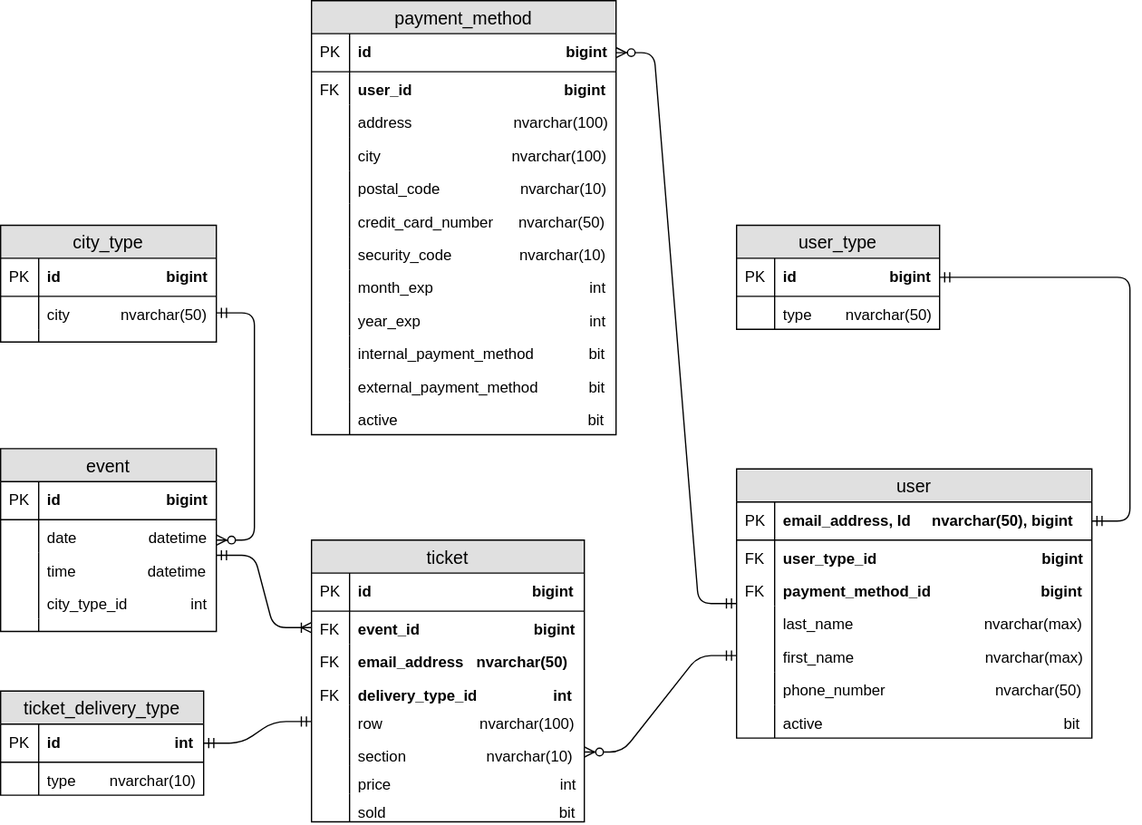
yazhang28/ticket_vendor_app keeps this draw.io diagram as diagrams/ticket_management_DB_model.svg. Above is the earlier version. Source tidied: cells renumbered, new cells last; positions are measured from the earlier drawing's top-left corner, leaving out a move shared by most shapes.
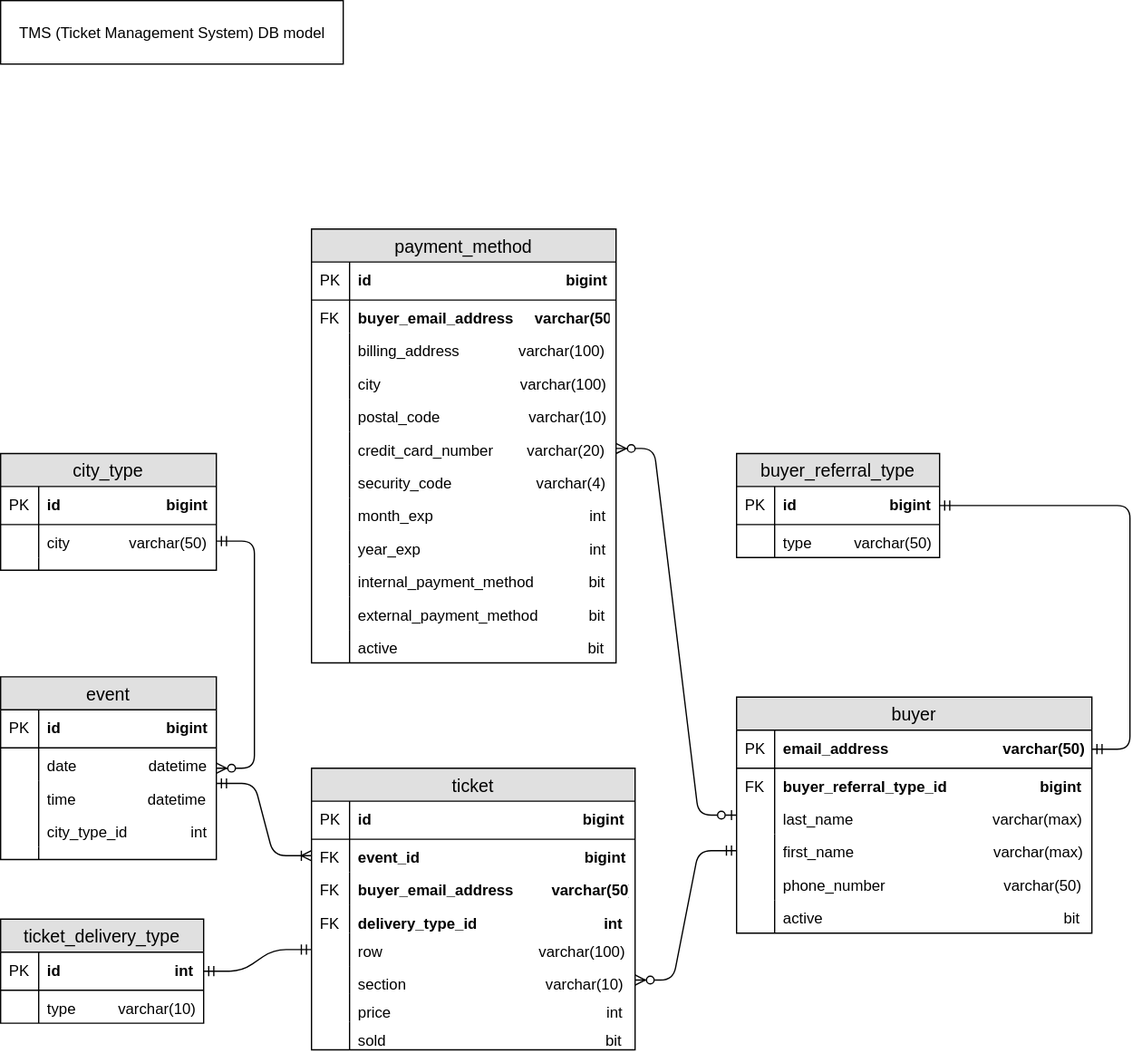
Above is the later version.

The edit, as a diff of the source:
```diff
@@ -4,6 +4,6 @@
     <mxCell id="1" parent="0" />
-    <mxCell id="2" value="user" style="swimlane;fontStyle=0;horizontal=1;startSize=26;fillColor=#e0e0e0;swimlaneFillColor=#ffffff;align=center;fontSize=14;" parent="1" vertex="1">
-      <mxGeometry x="580" y="369" width="280" height="212" as="geometry" />
+    <mxCell id="2" value="buyer" style="swimlane;fontStyle=0;horizontal=1;startSize=26;fillColor=#e0e0e0;swimlaneFillColor=#ffffff;align=center;fontSize=14;" parent="1" vertex="1">
+      <mxGeometry x="580" y="369" width="280" height="186" as="geometry" />
     </mxCell>
-    <mxCell id="3" value="email_address, Id     nvarchar(50), bigint" style="shape=partialRectangle;top=0;left=0;right=0;bottom=1;align=left;verticalAlign=middle;fillColor=none;spacingLeft=34;spacingRight=4;overflow=hidden;points=[[0,0.5],[1,0.5]];portConstraint=eastwest;fontStyle=1;fontSize=12;" parent="2" vertex="1">
+    <mxCell id="3" value="email_address                           varchar(50)" style="shape=partialRectangle;top=0;left=0;right=0;bottom=1;align=left;verticalAlign=middle;fillColor=none;spacingLeft=34;spacingRight=4;overflow=hidden;points=[[0,0.5],[1,0.5]];portConstraint=eastwest;fontStyle=1;fontSize=12;" parent="2" vertex="1">
       <mxGeometry y="26" width="280" height="30" as="geometry" />
@@ -13,22 +13,16 @@
     </mxCell>
-    <mxCell id="5" value="user_type_id                                       bigint" style="shape=partialRectangle;top=0;left=0;right=0;bottom=0;align=left;verticalAlign=top;fillColor=none;spacingLeft=34;spacingRight=4;overflow=hidden;fontSize=12;fontStyle=1;" parent="2" vertex="1">
-      <mxGeometry y="56" width="280" height="26" as="geometry" />
-    </mxCell>
-    <mxCell id="6" value="FK" style="shape=partialRectangle;top=0;left=0;bottom=0;fillColor=none;align=left;verticalAlign=top;spacingLeft=4;spacingRight=4;overflow=hidden;fontSize=12;" parent="5" vertex="1">
-      <mxGeometry width="30" height="26" as="geometry" />
-    </mxCell>
-    <mxCell id="7" value="payment_method_id                          bigint" style="shape=partialRectangle;top=0;left=0;right=0;bottom=0;align=left;verticalAlign=top;fillColor=none;spacingLeft=34;spacingRight=4;overflow=hidden;fontSize=12;fontStyle=1;" parent="2" vertex="1">
-      <mxGeometry y="82" width="280" height="26" as="geometry" />
-    </mxCell>
-    <mxCell id="8" value="FK" style="shape=partialRectangle;top=0;left=0;bottom=0;fillColor=none;align=left;verticalAlign=top;spacingLeft=4;spacingRight=4;overflow=hidden;fontSize=12;" parent="7" vertex="1">
-      <mxGeometry width="30" height="26" as="geometry" />
-    </mxCell>
-    <mxCell id="9" value="last_name                               nvarchar(max)" style="shape=partialRectangle;top=0;left=0;right=0;bottom=0;align=left;verticalAlign=top;fillColor=none;spacingLeft=34;spacingRight=4;overflow=hidden;fontSize=12;" parent="2" vertex="1">
-      <mxGeometry y="108" width="280" height="26" as="geometry" />
+    <mxCell id="9" value="buyer_referral_type_id                      bigint" style="shape=partialRectangle;top=0;left=0;right=0;bottom=0;align=left;verticalAlign=top;fillColor=none;spacingLeft=34;spacingRight=4;overflow=hidden;fontSize=12;fontStyle=1;" parent="2" vertex="1">
+      <mxGeometry y="56" width="280" height="26" as="geometry" />
     </mxCell>
-    <mxCell id="10" style="shape=partialRectangle;top=0;left=0;bottom=0;fillColor=none;align=left;verticalAlign=top;spacingLeft=4;spacingRight=4;overflow=hidden;fontSize=12;" parent="9" vertex="1">
+    <mxCell id="10" value="FK" style="shape=partialRectangle;top=0;left=0;bottom=0;fillColor=none;align=left;verticalAlign=top;spacingLeft=4;spacingRight=4;overflow=hidden;fontSize=12;" parent="9" vertex="1">
       <mxGeometry width="30" height="26" as="geometry" />
     </mxCell>
+    <mxCell id="93" value="last_name                                 varchar(max)" style="shape=partialRectangle;top=0;left=0;right=0;bottom=0;align=left;verticalAlign=top;fillColor=none;spacingLeft=34;spacingRight=4;overflow=hidden;fontSize=12;" parent="2" vertex="1">
+      <mxGeometry y="82" width="280" height="26" as="geometry" />
+    </mxCell>
+    <mxCell id="94" style="shape=partialRectangle;top=0;left=0;bottom=0;fillColor=none;align=left;verticalAlign=top;spacingLeft=4;spacingRight=4;overflow=hidden;fontSize=12;" parent="93" vertex="1">
+      <mxGeometry width="30" height="26" as="geometry" />
+    </mxCell>
-    <mxCell id="11" value="first_name                               nvarchar(max)" style="shape=partialRectangle;top=0;left=0;right=0;bottom=0;align=left;verticalAlign=top;fillColor=none;spacingLeft=34;spacingRight=4;overflow=hidden;points=[[0,0.5],[1,0.5]];portConstraint=eastwest;fontSize=12;" parent="2" vertex="1">
-      <mxGeometry y="134" width="280" height="26" as="geometry" />
+    <mxCell id="11" value="first_name                                 varchar(max)" style="shape=partialRectangle;top=0;left=0;right=0;bottom=0;align=left;verticalAlign=top;fillColor=none;spacingLeft=34;spacingRight=4;overflow=hidden;points=[[0,0.5],[1,0.5]];portConstraint=eastwest;fontSize=12;" parent="2" vertex="1">
+      <mxGeometry y="108" width="280" height="26" as="geometry" />
     </mxCell>
@@ -37,4 +31,4 @@
     </mxCell>
-    <mxCell id="13" value="phone_number                          nvarchar(50)" style="shape=partialRectangle;top=0;left=0;right=0;bottom=0;align=left;verticalAlign=top;fillColor=none;spacingLeft=34;spacingRight=4;overflow=hidden;fontSize=12;" parent="2" vertex="1">
-      <mxGeometry y="160" width="280" height="26" as="geometry" />
+    <mxCell id="13" value="phone_number                            varchar(50)" style="shape=partialRectangle;top=0;left=0;right=0;bottom=0;align=left;verticalAlign=top;fillColor=none;spacingLeft=34;spacingRight=4;overflow=hidden;fontSize=12;" parent="2" vertex="1">
+      <mxGeometry y="134" width="280" height="26" as="geometry" />
     </mxCell>
@@ -44,3 +38,3 @@
     <mxCell id="15" value="active                                                         bit" style="shape=partialRectangle;top=0;left=0;right=0;bottom=0;align=left;verticalAlign=top;fillColor=none;spacingLeft=34;spacingRight=4;overflow=hidden;fontSize=12;" parent="2" vertex="1">
-      <mxGeometry y="186" width="280" height="26" as="geometry" />
+      <mxGeometry y="160" width="280" height="26" as="geometry" />
     </mxCell>
@@ -49,3 +43,3 @@
     </mxCell>
-    <mxCell id="17" value="user_type" style="swimlane;fontStyle=0;horizontal=1;startSize=26;fillColor=#e0e0e0;swimlaneFillColor=#ffffff;align=center;fontSize=14;" parent="1" vertex="1">
+    <mxCell id="17" value="buyer_referral_type" style="swimlane;fontStyle=0;horizontal=1;startSize=26;fillColor=#e0e0e0;swimlaneFillColor=#ffffff;align=center;fontSize=14;" parent="1" vertex="1">
       <mxGeometry x="580" y="177" width="160" height="82" as="geometry" />
@@ -58,3 +52,3 @@
     </mxCell>
-    <mxCell id="20" value="type        nvarchar(50)" style="shape=partialRectangle;top=0;left=0;right=0;bottom=0;align=left;verticalAlign=top;fillColor=none;spacingLeft=34;spacingRight=4;overflow=hidden;fontSize=12;fontStyle=0;" parent="17" vertex="1">
+    <mxCell id="20" value="type          varchar(50)" style="shape=partialRectangle;top=0;left=0;right=0;bottom=0;align=left;verticalAlign=top;fillColor=none;spacingLeft=34;spacingRight=4;overflow=hidden;fontSize=12;fontStyle=0;" parent="17" vertex="1">
       <mxGeometry y="56" width="160" height="26" as="geometry" />
@@ -73,3 +67,3 @@
     </mxCell>
-    <mxCell id="25" value="user_id                                    bigint" style="shape=partialRectangle;top=0;left=0;right=0;bottom=0;align=left;verticalAlign=top;fillColor=none;spacingLeft=34;spacingRight=4;overflow=hidden;fontSize=12;fontStyle=1;" parent="22" vertex="1">
+    <mxCell id="25" value="buyer_email_address     varchar(50)" style="shape=partialRectangle;top=0;left=0;right=0;bottom=0;align=left;verticalAlign=top;fillColor=none;spacingLeft=34;spacingRight=4;overflow=hidden;fontSize=12;fontStyle=1;" parent="22" vertex="1">
       <mxGeometry y="56" width="240" height="26" as="geometry" />
@@ -79,3 +73,3 @@
     </mxCell>
-    <mxCell id="27" value="address                        nvarchar(100)" style="shape=partialRectangle;top=0;left=0;right=0;bottom=0;align=left;verticalAlign=top;fillColor=none;spacingLeft=34;spacingRight=4;overflow=hidden;fontSize=12;fontStyle=0;" parent="22" vertex="1">
+    <mxCell id="27" value="billing_address              varchar(100)" style="shape=partialRectangle;top=0;left=0;right=0;bottom=0;align=left;verticalAlign=top;fillColor=none;spacingLeft=34;spacingRight=4;overflow=hidden;fontSize=12;fontStyle=0;" parent="22" vertex="1">
       <mxGeometry y="82" width="240" height="26" as="geometry" />
@@ -85,3 +79,3 @@
     </mxCell>
-    <mxCell id="29" value="city                               nvarchar(100)" style="shape=partialRectangle;top=0;left=0;right=0;bottom=0;align=left;verticalAlign=top;fillColor=none;spacingLeft=34;spacingRight=4;overflow=hidden;fontSize=12;fontStyle=0;" parent="22" vertex="1">
+    <mxCell id="29" value="city                                 varchar(100)" style="shape=partialRectangle;top=0;left=0;right=0;bottom=0;align=left;verticalAlign=top;fillColor=none;spacingLeft=34;spacingRight=4;overflow=hidden;fontSize=12;fontStyle=0;" parent="22" vertex="1">
       <mxGeometry y="108" width="240" height="26" as="geometry" />
@@ -91,3 +85,3 @@
     </mxCell>
-    <mxCell id="31" value="postal_code                   nvarchar(10)" style="shape=partialRectangle;top=0;left=0;right=0;bottom=0;align=left;verticalAlign=top;fillColor=none;spacingLeft=34;spacingRight=4;overflow=hidden;fontSize=12;fontStyle=0;" parent="22" vertex="1">
+    <mxCell id="31" value="postal_code                     varchar(10)" style="shape=partialRectangle;top=0;left=0;right=0;bottom=0;align=left;verticalAlign=top;fillColor=none;spacingLeft=34;spacingRight=4;overflow=hidden;fontSize=12;fontStyle=0;" parent="22" vertex="1">
       <mxGeometry y="134" width="240" height="26" as="geometry" />
@@ -97,3 +91,3 @@
     </mxCell>
-    <mxCell id="33" value="credit_card_number      nvarchar(50)" style="shape=partialRectangle;top=0;left=0;right=0;bottom=0;align=left;verticalAlign=top;fillColor=none;spacingLeft=34;spacingRight=4;overflow=hidden;points=[[0,0.5],[1,0.5]];portConstraint=eastwest;fontSize=12;fontStyle=0;" parent="22" vertex="1">
+    <mxCell id="33" value="credit_card_number        varchar(20)" style="shape=partialRectangle;top=0;left=0;right=0;bottom=0;align=left;verticalAlign=top;fillColor=none;spacingLeft=34;spacingRight=4;overflow=hidden;points=[[0,0.5],[1,0.5]];portConstraint=eastwest;fontSize=12;fontStyle=0;" parent="22" vertex="1">
       <mxGeometry y="160" width="240" height="26" as="geometry" />
@@ -103,3 +97,3 @@
     </mxCell>
-    <mxCell id="35" value="security_code                nvarchar(10)" style="shape=partialRectangle;top=0;left=0;right=0;bottom=0;align=left;verticalAlign=top;fillColor=none;spacingLeft=34;spacingRight=4;overflow=hidden;fontSize=12;fontStyle=0;" parent="22" vertex="1">
+    <mxCell id="35" value="security_code                    varchar(4)" style="shape=partialRectangle;top=0;left=0;right=0;bottom=0;align=left;verticalAlign=top;fillColor=none;spacingLeft=34;spacingRight=4;overflow=hidden;fontSize=12;fontStyle=0;" parent="22" vertex="1">
       <mxGeometry y="186" width="240" height="26" as="geometry" />
@@ -140,6 +134,6 @@
     <mxCell id="47" value="ticket" style="swimlane;fontStyle=0;horizontal=1;startSize=26;fillColor=#e0e0e0;swimlaneFillColor=#ffffff;align=center;fontSize=14;" parent="1" vertex="1">
-      <mxGeometry x="245" y="425" width="215" height="222" as="geometry" />
+      <mxGeometry x="245" y="425" width="255" height="222" as="geometry" />
     </mxCell>
-    <mxCell id="48" value="id                                      bigint" style="shape=partialRectangle;top=0;left=0;right=0;bottom=1;align=left;verticalAlign=middle;fillColor=none;spacingLeft=34;spacingRight=4;overflow=hidden;fontStyle=1;fontSize=12;" parent="47" vertex="1">
-      <mxGeometry y="26" width="215" height="30" as="geometry" />
+    <mxCell id="48" value="id                                                  bigint" style="shape=partialRectangle;top=0;left=0;right=0;bottom=1;align=left;verticalAlign=middle;fillColor=none;spacingLeft=34;spacingRight=4;overflow=hidden;fontStyle=1;fontSize=12;" parent="47" vertex="1">
+      <mxGeometry y="26" width="255" height="30" as="geometry" />
     </mxCell>
@@ -148,4 +142,4 @@
     </mxCell>
-    <mxCell id="50" value="event_id                           bigint" style="shape=partialRectangle;top=0;left=0;right=0;bottom=0;align=left;verticalAlign=top;fillColor=none;spacingLeft=34;spacingRight=4;overflow=hidden;points=[[0,0.5],[1,0.5]];portConstraint=eastwest;fontSize=12;fontStyle=1;" parent="47" vertex="1">
-      <mxGeometry y="56" width="215" height="26" as="geometry" />
+    <mxCell id="50" value="event_id                                       bigint" style="shape=partialRectangle;top=0;left=0;right=0;bottom=0;align=left;verticalAlign=top;fillColor=none;spacingLeft=34;spacingRight=4;overflow=hidden;points=[[0,0.5],[1,0.5]];portConstraint=eastwest;fontSize=12;fontStyle=1;" parent="47" vertex="1">
+      <mxGeometry y="56" width="255" height="26" as="geometry" />
     </mxCell>
@@ -154,4 +148,4 @@
     </mxCell>
-    <mxCell id="52" value="email_address   nvarchar(50)" style="shape=partialRectangle;top=0;left=0;right=0;bottom=0;align=left;verticalAlign=top;fillColor=none;spacingLeft=34;spacingRight=4;overflow=hidden;fontSize=12;fontStyle=1;" parent="47" vertex="1">
-      <mxGeometry y="82" width="215" height="26" as="geometry" />
+    <mxCell id="52" value="buyer_email_address         varchar(50)" style="shape=partialRectangle;top=0;left=0;right=0;bottom=0;align=left;verticalAlign=top;fillColor=none;spacingLeft=34;spacingRight=4;overflow=hidden;fontSize=12;fontStyle=1;" parent="47" vertex="1">
+      <mxGeometry y="82" width="255" height="26" as="geometry" />
     </mxCell>
@@ -160,4 +154,4 @@
     </mxCell>
-    <mxCell id="54" value="delivery_type_id                  int" style="shape=partialRectangle;top=0;left=0;right=0;bottom=0;align=left;verticalAlign=top;fillColor=none;spacingLeft=34;spacingRight=4;overflow=hidden;fontSize=12;fontStyle=1;" parent="47" vertex="1">
-      <mxGeometry y="108" width="215" height="22" as="geometry" />
+    <mxCell id="54" value="delivery_type_id                              int" style="shape=partialRectangle;top=0;left=0;right=0;bottom=0;align=left;verticalAlign=top;fillColor=none;spacingLeft=34;spacingRight=4;overflow=hidden;fontSize=12;fontStyle=1;" parent="47" vertex="1">
+      <mxGeometry y="108" width="255" height="22" as="geometry" />
     </mxCell>
@@ -166,4 +160,4 @@
     </mxCell>
-    <mxCell id="56" value="row                       nvarchar(100)" style="shape=partialRectangle;top=0;left=0;right=0;bottom=0;align=left;verticalAlign=top;fillColor=none;spacingLeft=34;spacingRight=4;overflow=hidden;points=[[0,0.5],[1,0.5]];portConstraint=eastwest;fontSize=12;" parent="47" vertex="1">
-      <mxGeometry y="130" width="215" height="26" as="geometry" />
+    <mxCell id="56" value="row                                     varchar(100)" style="shape=partialRectangle;top=0;left=0;right=0;bottom=0;align=left;verticalAlign=top;fillColor=none;spacingLeft=34;spacingRight=4;overflow=hidden;points=[[0,0.5],[1,0.5]];portConstraint=eastwest;fontSize=12;" parent="47" vertex="1">
+      <mxGeometry y="130" width="255" height="26" as="geometry" />
     </mxCell>
@@ -172,4 +166,4 @@
     </mxCell>
-    <mxCell id="58" value="section                   nvarchar(10)" style="shape=partialRectangle;top=0;left=0;right=0;bottom=0;align=left;verticalAlign=top;fillColor=none;spacingLeft=34;spacingRight=4;overflow=hidden;points=[[0,0.5],[1,0.5]];portConstraint=eastwest;fontSize=12;" parent="47" vertex="1">
-      <mxGeometry y="156" width="215" height="22" as="geometry" />
+    <mxCell id="58" value="section                                 varchar(10)" style="shape=partialRectangle;top=0;left=0;right=0;bottom=0;align=left;verticalAlign=top;fillColor=none;spacingLeft=34;spacingRight=4;overflow=hidden;points=[[0,0.5],[1,0.5]];portConstraint=eastwest;fontSize=12;" parent="47" vertex="1">
+      <mxGeometry y="156" width="255" height="22" as="geometry" />
     </mxCell>
@@ -178,4 +172,4 @@
     </mxCell>
-    <mxCell id="60" value="price                                        int" style="shape=partialRectangle;top=0;left=0;right=0;bottom=0;align=left;verticalAlign=top;fillColor=none;spacingLeft=34;spacingRight=4;overflow=hidden;fontSize=12;" parent="47" vertex="1">
-      <mxGeometry y="178" width="215" height="22" as="geometry" />
+    <mxCell id="60" value="price                                                   int" style="shape=partialRectangle;top=0;left=0;right=0;bottom=0;align=left;verticalAlign=top;fillColor=none;spacingLeft=34;spacingRight=4;overflow=hidden;fontSize=12;" parent="47" vertex="1">
+      <mxGeometry y="178" width="255" height="22" as="geometry" />
     </mxCell>
@@ -184,4 +178,4 @@
     </mxCell>
-    <mxCell id="62" value="sold                                         bit" style="shape=partialRectangle;top=0;left=0;right=0;bottom=0;align=left;verticalAlign=top;fillColor=none;spacingLeft=34;spacingRight=4;overflow=hidden;fontSize=12;" parent="47" vertex="1">
-      <mxGeometry y="200" width="215" height="22" as="geometry" />
+    <mxCell id="62" value="sold                                                    bit" style="shape=partialRectangle;top=0;left=0;right=0;bottom=0;align=left;verticalAlign=top;fillColor=none;spacingLeft=34;spacingRight=4;overflow=hidden;fontSize=12;" parent="47" vertex="1">
+      <mxGeometry y="200" width="255" height="22" as="geometry" />
     </mxCell>
@@ -199,3 +193,3 @@
     </mxCell>
-    <mxCell id="67" value="type        nvarchar(10)" style="shape=partialRectangle;top=0;left=0;right=0;bottom=0;align=left;verticalAlign=top;fillColor=none;spacingLeft=34;spacingRight=4;overflow=hidden;fontSize=12;" parent="64" vertex="1">
+    <mxCell id="67" value="type          varchar(10)" style="shape=partialRectangle;top=0;left=0;right=0;bottom=0;align=left;verticalAlign=top;fillColor=none;spacingLeft=34;spacingRight=4;overflow=hidden;fontSize=12;" parent="64" vertex="1">
       <mxGeometry y="56" width="160" height="26" as="geometry" />
@@ -247,3 +241,3 @@
     </mxCell>
-    <mxCell id="83" value="city            nvarchar(50)" style="shape=partialRectangle;top=0;left=0;right=0;bottom=0;align=left;verticalAlign=top;fillColor=none;spacingLeft=34;spacingRight=4;overflow=hidden;points=[[0,0.5],[1,0.5]];portConstraint=eastwest;fontSize=12;" parent="80" vertex="1">
+    <mxCell id="83" value="city              varchar(50)" style="shape=partialRectangle;top=0;left=0;right=0;bottom=0;align=left;verticalAlign=top;fillColor=none;spacingLeft=34;spacingRight=4;overflow=hidden;points=[[0,0.5],[1,0.5]];portConstraint=eastwest;fontSize=12;" parent="80" vertex="1">
       <mxGeometry y="56" width="170" height="26" as="geometry" />
@@ -268,5 +262,2 @@
     </mxCell>
-    <mxCell id="90" style="edgeStyle=entityRelationEdgeStyle;fontSize=12;html=1;endArrow=ERzeroToMany;startArrow=ERmandOne;" parent="1" edge="1" source="2" target="23">
-      <mxGeometry relative="1" as="geometry" />
-    </mxCell>
     <mxCell id="91" style="edgeStyle=entityRelationEdgeStyle;fontSize=12;html=1;endArrow=ERmandOne;startArrow=ERmandOne;exitX=1;exitY=0.5;exitDx=0;exitDy=0;entryX=0;entryY=0.5;entryDx=0;entryDy=0;" parent="1" edge="1" source="65" target="56">
@@ -277,2 +268,8 @@
     </mxCell>
+    <mxCell id="95" value="TMS (Ticket Management System) DB model" style="html=1;" parent="1" vertex="1">
+      <mxGeometry y="-180" width="270" height="50" as="geometry" />
+    </mxCell>
+    <mxCell id="96" style="edgeStyle=entityRelationEdgeStyle;fontSize=12;html=1;endArrow=ERzeroToMany;startArrow=ERzeroToOne;" parent="1" edge="1" source="2" target="33">
+      <mxGeometry relative="1" as="geometry" />
+    </mxCell>
   </root>
```
